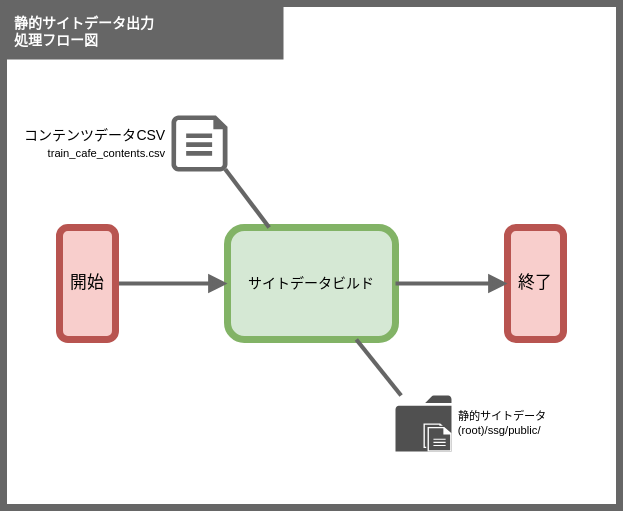
take4bcreators/cafe-train-prj keeps this draw.io diagram as doc/201_設計/01510204_静的サイトデータ出力_処理フロー図.drawio.svg. Above is the earlier version. Source tidied: cells renumbered, new cells last; positions are measured from the earlier drawing's top-left corner, leaving out a move shared by most shapes.
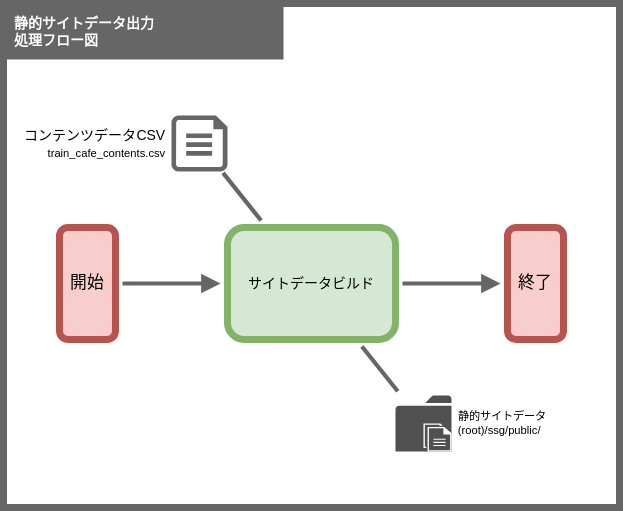
Later version of the same file.

The edit, as a diff of the source:
```diff
@@ -6,19 +6,19 @@
       <mxGeometry width="440" height="360" as="geometry" />
     </mxCell>
     <mxCell id="3" value="メイン" parent="0" />
-    <mxCell id="4" value="サイトデータビルド" style="rounded=1;whiteSpace=wrap;html=1;fillColor=#d5e8d4;strokeColor=#82b366;strokeWidth=5;fontSize=10;" parent="3" vertex="1">
+    <mxCell id="4" value="サイトデータビルド" style="rounded=1;whiteSpace=wrap;html=1;fillColor=#d5e8d4;strokeColor=#82b366;strokeWidth=5;fontSize=10;perimeterSpacing=5;" parent="3" vertex="1">
       <mxGeometry x="160" y="160" width="120" height="80" as="geometry" />
     </mxCell>
     <mxCell id="5" style="edgeStyle=none;html=1;endArrow=block;endFill=1;strokeColor=#666666;strokeWidth=3;" parent="3" edge="1" source="6" target="4">
       <mxGeometry relative="1" as="geometry" />
     </mxCell>
-    <mxCell id="6" value="開始" style="rounded=1;whiteSpace=wrap;html=1;fillColor=#f8cecc;strokeColor=#b85450;strokeWidth=5;" parent="3" vertex="1">
+    <mxCell id="6" value="開始" style="rounded=1;whiteSpace=wrap;html=1;fillColor=#f8cecc;strokeColor=#b85450;strokeWidth=5;perimeterSpacing=5;" parent="3" vertex="1">
       <mxGeometry x="40" y="160" width="40" height="80" as="geometry" />
     </mxCell>
-    <mxCell id="7" style="edgeStyle=none;shape=connector;rounded=1;html=1;exitX=0.96;exitY=0.96;exitDx=0;exitDy=0;exitPerimeter=0;labelBackgroundColor=default;fontFamily=Helvetica;fontSize=11;fontColor=default;endArrow=none;endFill=0;strokeColor=#666666;strokeWidth=3;" parent="3" edge="1" source="11" target="4">
+    <mxCell id="7" style="edgeStyle=none;shape=connector;rounded=1;html=1;labelBackgroundColor=default;fontFamily=Helvetica;fontSize=11;fontColor=default;endArrow=none;endFill=0;strokeColor=#666666;strokeWidth=3;" parent="3" edge="1" source="11" target="4">
       <mxGeometry relative="1" as="geometry" />
     </mxCell>
-    <mxCell id="8" value="終了" style="rounded=1;whiteSpace=wrap;html=1;fillColor=#f8cecc;strokeColor=#b85450;strokeWidth=5;" parent="3" vertex="1">
+    <mxCell id="8" value="終了" style="rounded=1;whiteSpace=wrap;html=1;fillColor=#f8cecc;strokeColor=#b85450;strokeWidth=5;perimeterSpacing=5;" parent="3" vertex="1">
       <mxGeometry x="360" y="160" width="40" height="80" as="geometry" />
     </mxCell>
     <mxCell id="9" value="静的サイトデータ出力&lt;br&gt;処理フロー図" style="rounded=0;whiteSpace=wrap;html=1;fillColor=#666666;strokeColor=none;strokeWidth=5;fontSize=10;fontColor=#FFFFFF;align=left;spacingLeft=6;spacingRight=6;fontStyle=1;" parent="3" vertex="1">
@@ -27,13 +27,13 @@
     <mxCell id="10" style="edgeStyle=none;html=1;endArrow=block;endFill=1;strokeColor=#666666;strokeWidth=3;" parent="3" edge="1" source="4" target="8">
       <mxGeometry relative="1" as="geometry" />
     </mxCell>
-    <mxCell id="11" value="コンテンツデータCSV&lt;br&gt;&lt;font style=&quot;text-align: left ; font-size: 8px&quot;&gt;train_cafe_contents.csv&lt;/font&gt;" style="verticalLabelPosition=middle;html=1;verticalAlign=middle;align=right;strokeColor=none;fillColor=#666666;shape=mxgraph.azure.cloud_services_configuration_file;labelPosition=left;spacingLeft=3;fontSize=10;spacingRight=3;" parent="3" vertex="1">
+    <mxCell id="11" value="コンテンツデータCSV&lt;br&gt;&lt;font style=&quot;text-align: left ; font-size: 8px&quot;&gt;train_cafe_contents.csv&lt;/font&gt;" style="verticalLabelPosition=middle;html=1;verticalAlign=middle;align=right;strokeColor=none;fillColor=#666666;shape=mxgraph.azure.cloud_services_configuration_file;labelPosition=left;spacingLeft=3;fontSize=10;spacingRight=3;perimeterSpacing=1;" parent="3" vertex="1">
       <mxGeometry x="120" y="80" width="40" height="40" as="geometry" />
     </mxCell>
-    <mxCell id="12" value="静的サイトデータ&#10;(root)/ssg/public/" style="group;labelPosition=right;verticalLabelPosition=middle;align=left;verticalAlign=middle;spacingLeft=3;spacingRight=3;fontSize=8;" parent="3" vertex="1">
+    <mxCell id="12" value="静的サイトデータ&#10;(root)/ssg/public/" style="group;labelPosition=right;verticalLabelPosition=middle;align=left;verticalAlign=middle;spacingLeft=3;spacingRight=3;fontSize=8;perimeterSpacing=0;" parent="3" vertex="1">
       <mxGeometry x="280" y="280" width="40" height="40" as="geometry" />
     </mxCell>
-    <mxCell id="13" style="sketch=0;shadow=0;dashed=0;html=1;strokeColor=none;fillColor=#505050;labelPosition=center;verticalLabelPosition=bottom;verticalAlign=top;outlineConnect=0;align=center;shape=mxgraph.office.concepts.folder;" parent="12" vertex="1">
+    <mxCell id="13" style="sketch=0;shadow=0;dashed=0;html=1;strokeColor=none;fillColor=#505050;labelPosition=center;verticalLabelPosition=bottom;verticalAlign=top;outlineConnect=0;align=center;shape=mxgraph.office.concepts.folder;perimeterSpacing=3;" parent="12" vertex="1">
       <mxGeometry width="40" height="40" as="geometry" />
     </mxCell>
     <mxCell id="14" style="sketch=0;shadow=0;dashed=0;html=1;strokeColor=none;fillColor=#FFFFFF;labelPosition=center;verticalLabelPosition=bottom;verticalAlign=top;align=center;shape=mxgraph.office.concepts.documents;" parent="12" vertex="1">
```
